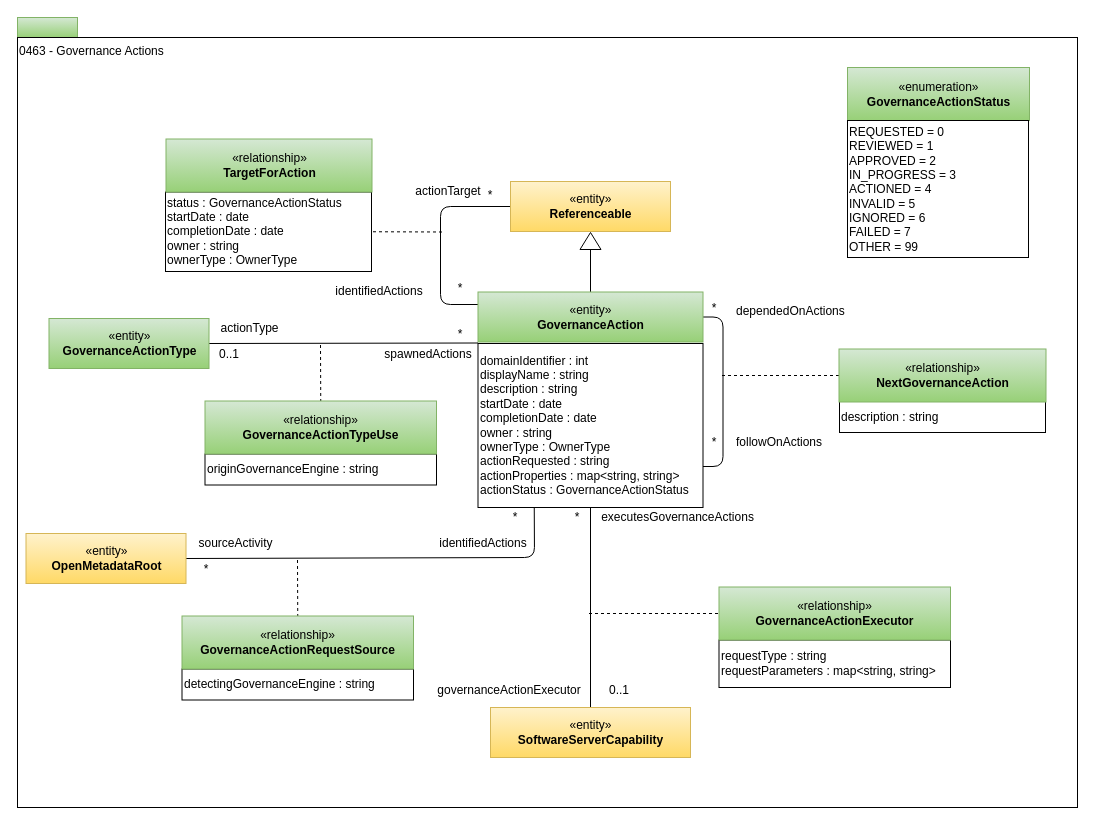
Above: page "0463-Governance-Actions" (23 of 28) of open-metadata-publication/website/open-metadata-types/area-4-governance.drawio in odpi/egeria (draw.io), before the change. Source tidied: cells renumbered, new cells numbered last; positions are measured from the earlier drawing's top-left corner, leaving out a move shared by most shapes. Both pictures are drawn from the tidied source at 100%, with x=0, y=0 at pixel (17, 17).
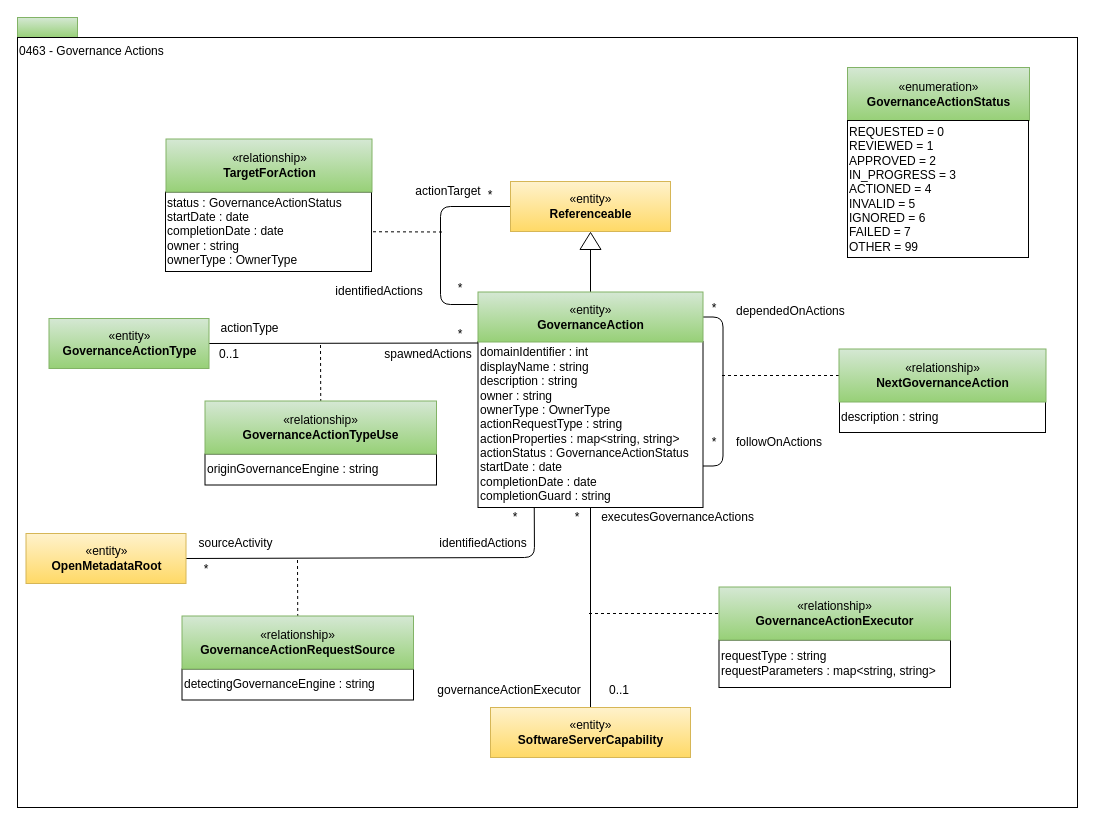
The same diagram, later.

Diff of the diagram source:
```diff
@@
-    <mxCell id="5" value="domainIdentifier : int&lt;br&gt;&lt;span&gt;displayName : string&lt;/span&gt;&lt;br&gt;&lt;span&gt;description : string&lt;br&gt;&lt;/span&gt;startDate : date&lt;br&gt;completionDate : date&lt;br&gt;owner : string&lt;br&gt;ownerType : OwnerType&lt;br&gt;actionRequested : string&lt;br&gt;actionProperties : map&amp;lt;string, string&amp;gt;&lt;br&gt;&lt;span&gt;actionStatus : GovernanceActionStatus&lt;br&gt;&lt;/span&gt;" style="rounded=0;whiteSpace=wrap;html=1;strokeColor=#000000;gradientColor=#ffffff;align=left;" parent="1" vertex="1">
-      <mxGeometry x="460.5" y="326" width="225" height="164" as="geometry" />
+    <mxCell id="5" value="domainIdentifier : int&lt;br&gt;&lt;span&gt;displayName : string&lt;/span&gt;&lt;br&gt;&lt;span&gt;description : string&lt;/span&gt;&lt;br&gt;owner : string&lt;br&gt;ownerType : OwnerType&lt;br&gt;actionRequestType : string&lt;br&gt;actionProperties : map&amp;lt;string, string&amp;gt;&lt;br&gt;&lt;span&gt;actionStatus : GovernanceActionStatus&lt;br&gt;&lt;/span&gt;startDate : date&lt;br&gt;completionDate : date&lt;br&gt;completionGuard : string&lt;span&gt;&lt;br&gt;&lt;/span&gt;" style="rounded=0;whiteSpace=wrap;html=1;strokeColor=#000000;gradientColor=#ffffff;align=left;" parent="1" vertex="1">
+      <mxGeometry x="460.5" y="324" width="225" height="166" as="geometry" />
     </mxCell>
```
